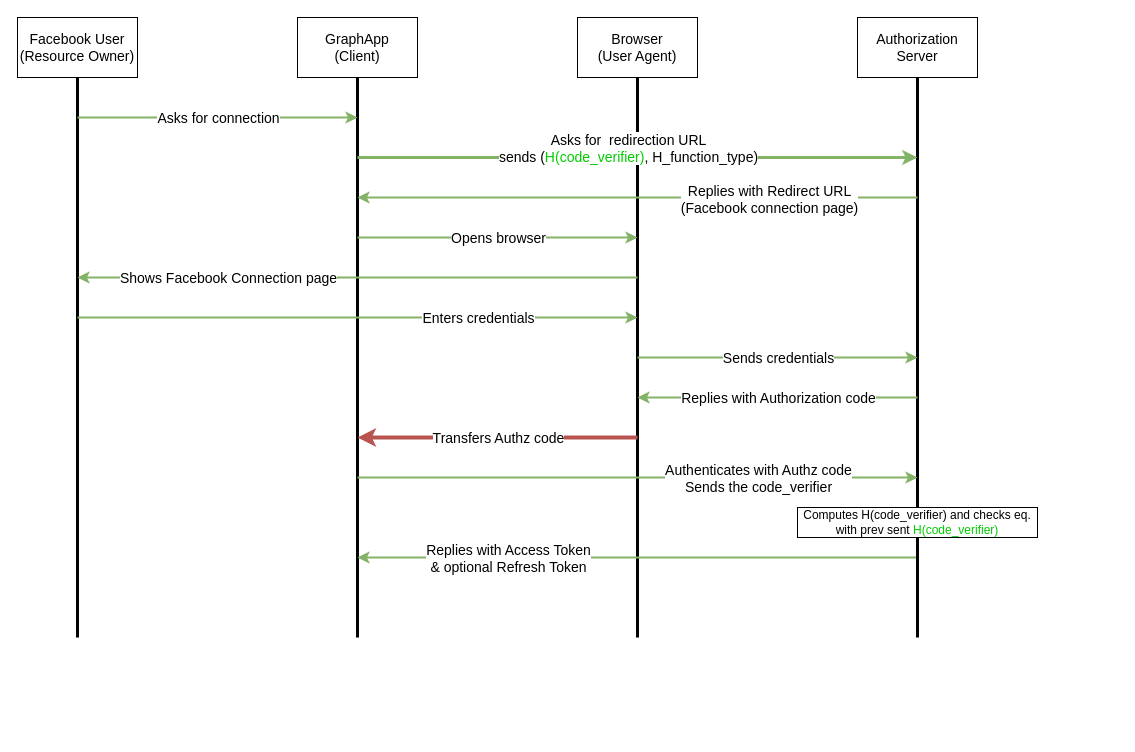
Above: Untitled SLH_OAuth_PKCE.drawio in superjeffcplusplus/SLH_OAuth (draw.io), before the change. Source tidied: cells renumbered, new cells numbered last; positions are measured from the earlier drawing's top-left corner, leaving out a move shared by most shapes. Both pictures are drawn from the tidied source at 100%, with x=0, y=0 at pixel (17, 17).
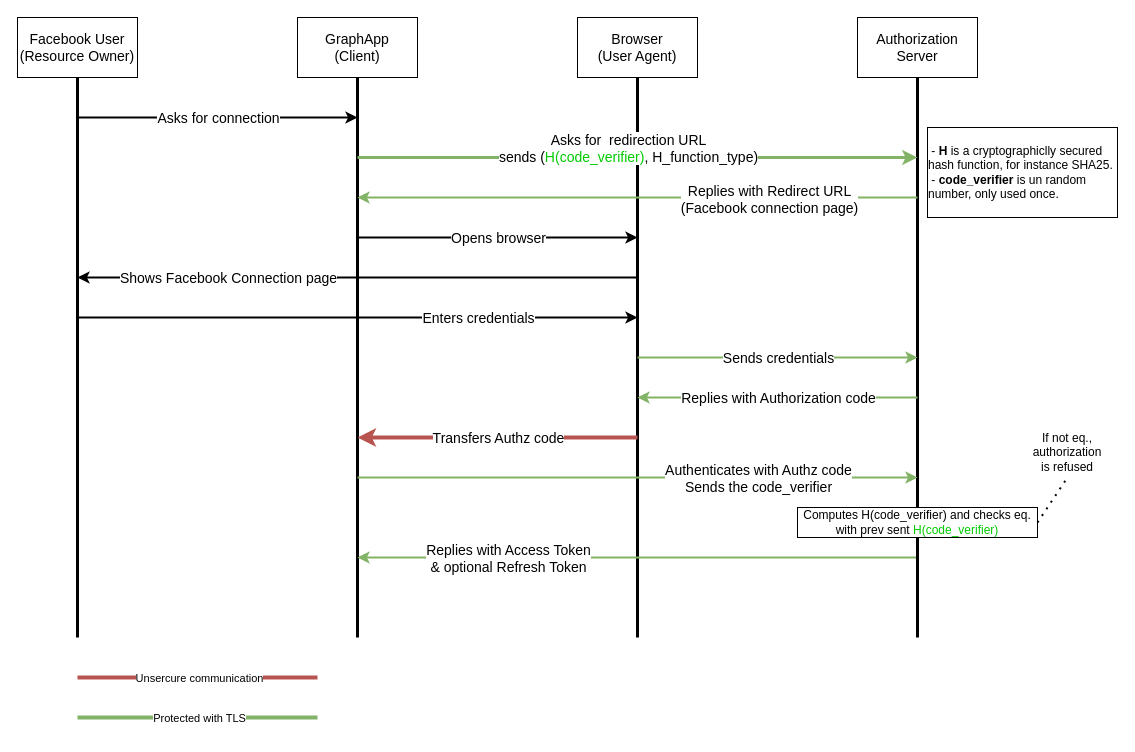
After the change.

The change refers to these unchanged cells:
```xml
<mxCell id="32" value="Computes H(code_verifier) and checks eq. with prev sent &lt;font color=&quot;#00CC00&quot;&gt;H(code_verifier)&lt;/font&gt;" style="rounded=0;whiteSpace=wrap;html=1;" parent="1" vertex="1">
  <mxGeometry x="780" y="490" width="240" height="30" as="geometry" />
</mxCell>
```

Diff of the diagram source:
```diff
@@
-    <mxCell id="10" style="endArrow=classic;html=1;rounded=0;strokeWidth=2;fontSize=14;fillColor=#d5e8d4;strokeColor=#82b366;" parent="1" edge="1">
+    <mxCell id="10" style="endArrow=classic;html=1;rounded=0;strokeWidth=2;fontSize=14;" parent="1" edge="1">
       <mxGeometry relative="1" as="geometry">
         <mxPoint x="60" y="100" as="sourcePoint" />
         <mxPoint x="340" y="100" as="targetPoint" />
       </mxGeometry>
     </mxCell>
@@
-    <mxCell id="16" style="endArrow=classic;html=1;rounded=0;strokeWidth=2;fontSize=14;fillColor=#d5e8d4;strokeColor=#82b366;" parent="1" edge="1">
+    <mxCell id="16" style="endArrow=classic;html=1;rounded=0;strokeWidth=2;fontSize=14;" parent="1" edge="1">
       <mxGeometry relative="1" as="geometry">
         <mxPoint x="340" y="220" as="sourcePoint" />
         <mxPoint x="620" y="220" as="targetPoint" />
       </mxGeometry>
     </mxCell>
@@
-    <mxCell id="18" style="endArrow=classic;html=1;rounded=0;strokeWidth=2;fontSize=14;fillColor=#d5e8d4;strokeColor=#82b366;" parent="1" edge="1">
+    <mxCell id="18" style="endArrow=classic;html=1;rounded=0;strokeWidth=2;fontSize=14;" parent="1" edge="1">
       <mxGeometry relative="1" as="geometry">
         <mxPoint x="620" y="260" as="sourcePoint" />
         <mxPoint x="60" y="260" as="targetPoint" />
       </mxGeometry>
     </mxCell>
@@
-    <mxCell id="20" style="endArrow=classic;html=1;rounded=0;strokeWidth=2;fontSize=14;fillColor=#d5e8d4;strokeColor=#82b366;" parent="1" edge="1">
+    <mxCell id="20" style="endArrow=classic;html=1;rounded=0;strokeWidth=2;fontSize=14;" parent="1" edge="1">
       <mxGeometry relative="1" as="geometry">
         <mxPoint x="60" y="300" as="sourcePoint" />
         <mxPoint x="620" y="300" as="targetPoint" />
         <Array as="points">
           <mxPoint x="370" y="300" />
         </Array>
       </mxGeometry>
     </mxCell>
@@
+    <mxCell id="34" value="&lt;div align=&quot;left&quot;&gt;&amp;nbsp;- &lt;b&gt;H&lt;/b&gt; is a cryptographiclly secured hash function, for instance SHA25.&lt;/div&gt;&lt;div align=&quot;left&quot;&gt;&amp;nbsp;- &lt;b&gt;code_verifier&lt;/b&gt; is un random number, only used once.&lt;br&gt;&lt;/div&gt;" style="rounded=0;whiteSpace=wrap;html=1;" parent="1" vertex="1">
+      <mxGeometry x="910" y="110" width="190" height="90" as="geometry" />
+    </mxCell>
+    <mxCell id="35" style="endArrow=none;html=1;rounded=0;fillColor=#f8cecc;strokeColor=#b85450;strokeWidth=4;" parent="1" edge="1">
+      <mxGeometry relative="1" as="geometry">
+        <mxPoint x="60" y="660" as="sourcePoint" />
+        <mxPoint x="300" y="660" as="targetPoint" />
+      </mxGeometry>
+    </mxCell>
+    <mxCell id="36" value="&lt;pre class=&quot;newpage&quot;&gt;&lt;br&gt;&lt;/pre&gt;" style="edgeLabel;html=1;align=center;verticalAlign=middle;" parent="35" vertex="1">
+      <mxGeometry x="-0.25" y="1" relative="1" as="geometry" />
+    </mxCell>
+    <mxCell id="37" value="Unsercure communication" style="edgeLabel;html=1;align=center;verticalAlign=middle;" parent="35" vertex="1">
+      <mxGeometry x="0.08" y="-2" relative="1" as="geometry">
+        <mxPoint x="-9" y="-2" as="offset" />
+      </mxGeometry>
+    </mxCell>
+    <mxCell id="38" style="endArrow=none;html=1;rounded=0;fillColor=#d5e8d4;strokeColor=#82b366;strokeWidth=4;" parent="1" edge="1">
+      <mxGeometry relative="1" as="geometry">
+        <mxPoint x="60" y="700" as="sourcePoint" />
+        <mxPoint x="300" y="700" as="targetPoint" />
+      </mxGeometry>
+    </mxCell>
+    <mxCell id="39" value="&lt;pre class=&quot;newpage&quot;&gt;&lt;br&gt;&lt;/pre&gt;" style="edgeLabel;html=1;align=center;verticalAlign=middle;" parent="38" vertex="1">
+      <mxGeometry x="-0.25" y="1" relative="1" as="geometry" />
+    </mxCell>
+    <mxCell id="40" value="Protected with TLS" style="edgeLabel;html=1;align=center;verticalAlign=middle;" parent="38" vertex="1">
+      <mxGeometry x="0.08" y="-2" relative="1" as="geometry">
+        <mxPoint x="-9" y="-2" as="offset" />
+      </mxGeometry>
+    </mxCell>
+    <mxCell id="41" value="If not eq., authorization is refused" style="text;html=1;strokeColor=none;fillColor=none;align=center;verticalAlign=middle;whiteSpace=wrap;rounded=0;" parent="1" vertex="1">
+      <mxGeometry x="1020" y="410" width="60" height="50" as="geometry" />
+    </mxCell>
+    <mxCell id="42" style="endArrow=none;dashed=1;html=1;dashPattern=1 3;strokeWidth=2;rounded=0;exitX=1;exitY=0.5;exitDx=0;exitDy=0;entryX=0.5;entryY=1;entryDx=0;entryDy=0;" parent="1" edge="1" source="32" target="41">
+      <mxGeometry relative="1" as="geometry" />
+    </mxCell>
```
